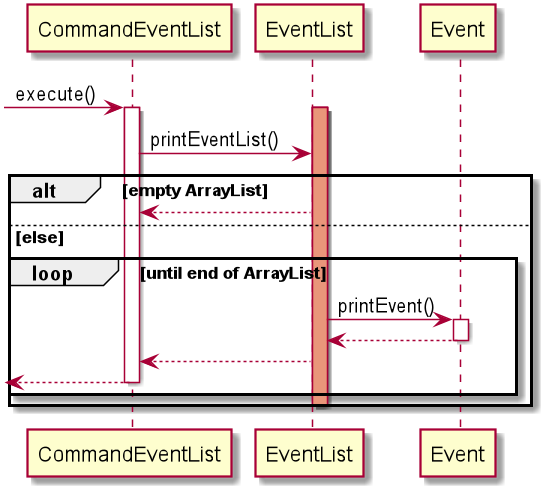
The PlantUML diagram docs/EventDiagram/SequenceDiagram/CommandEventList.png in nus-cs2113-AY2021S1/tp, before a commit. The source it was exported from:
```plantuml
@startuml
 -> CommandEventList: execute()

activate CommandEventList
activate EventList
activate EventList #DarkSalmon
CommandEventList -> EventList:printEventList()
alt empty ArrayList
    EventList --> CommandEventList
else else
    loop until end of ArrayList
        EventList -> Event : printEvent()
        activate Event
        Event --> EventList
        deactivate Event
        EventList --> CommandEventList
        return
    end
    deactivate EventList
    deactivate EventList
    deactivate CommandEventList
end
@enduml
```
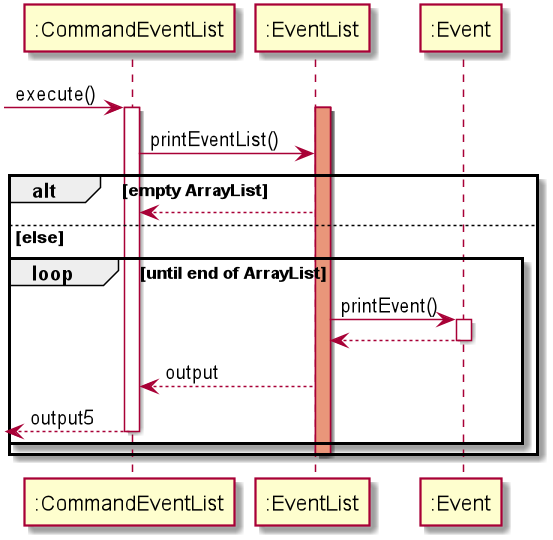
The same file after the commit.

Change to the diagram source:
```diff
@@ -1,23 +1,23 @@
 @startuml
- -> CommandEventList: execute()
+ -> ":CommandEventList" : execute()
 
-activate CommandEventList
-activate EventList
-activate EventList #DarkSalmon
-CommandEventList -> EventList:printEventList()
+activate ":CommandEventList"
+activate ":EventList"
+activate ":EventList" #DarkSalmon
+":CommandEventList"  -> ":EventList":printEventList()
 alt empty ArrayList
-    EventList --> CommandEventList
+    ":EventList" --> ":CommandEventList"
 else else
     loop until end of ArrayList
-        EventList -> Event : printEvent()
-        activate Event
-        Event --> EventList
-        deactivate Event
-        EventList --> CommandEventList
-        return
+        ":EventList" -> ":Event" : printEvent()
+        activate ":Event"
+        ":Event" --> ":EventList"
+        deactivate ":Event"
+        ":EventList" --> ":CommandEventList" : output
+        return output5
     end
-    deactivate EventList
-    deactivate EventList
-    deactivate CommandEventList
+    deactivate ":EventList"
+    deactivate ":EventList"
+    deactivate ":CommandEventList"
 end
 @enduml
```
